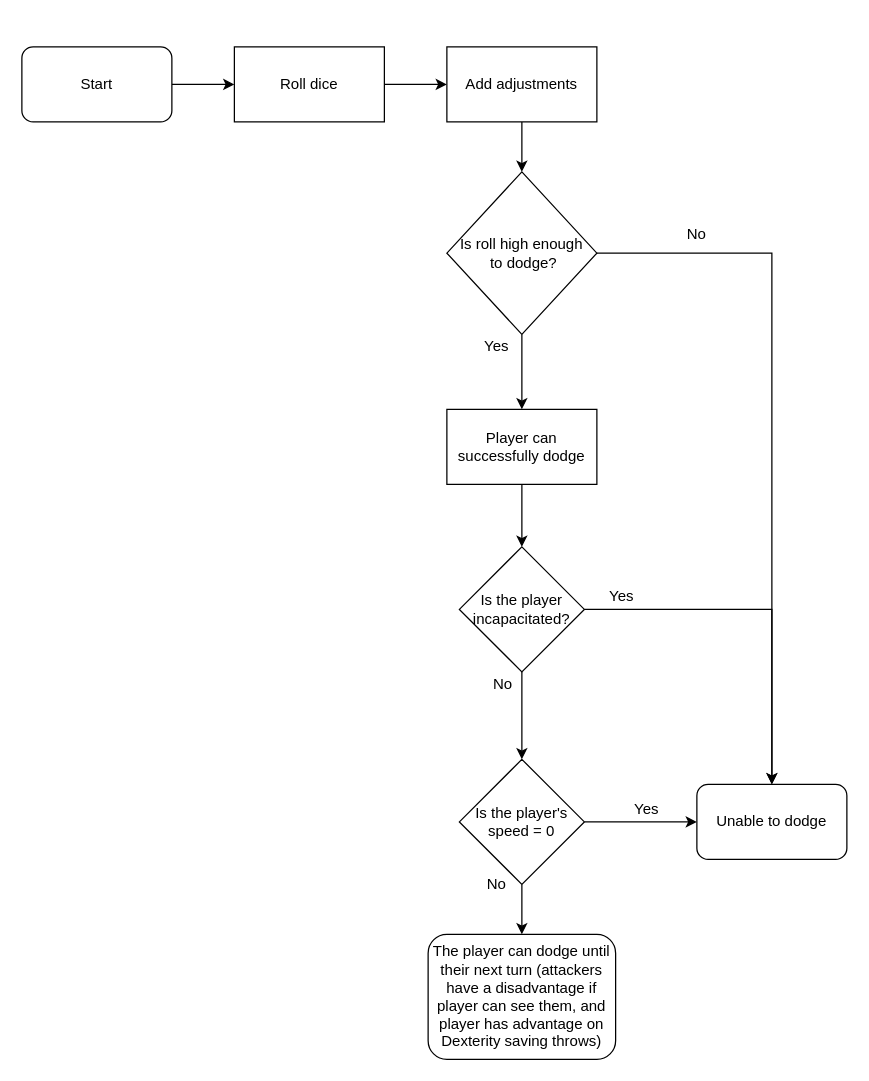
Above: Wireframes/5E Diagrams/project_ilmatar_phase2_flowchart_d20dodge_20210418.drawio in RPG-Research/bcirpg (draw.io), before the change. Source tidied: cells renumbered, new cells numbered last; positions are measured from the earlier drawing's top-left corner, leaving out a move shared by most shapes. Both pictures are drawn from the tidied source at 125%, with x=0, y=0 at pixel (21, 46).
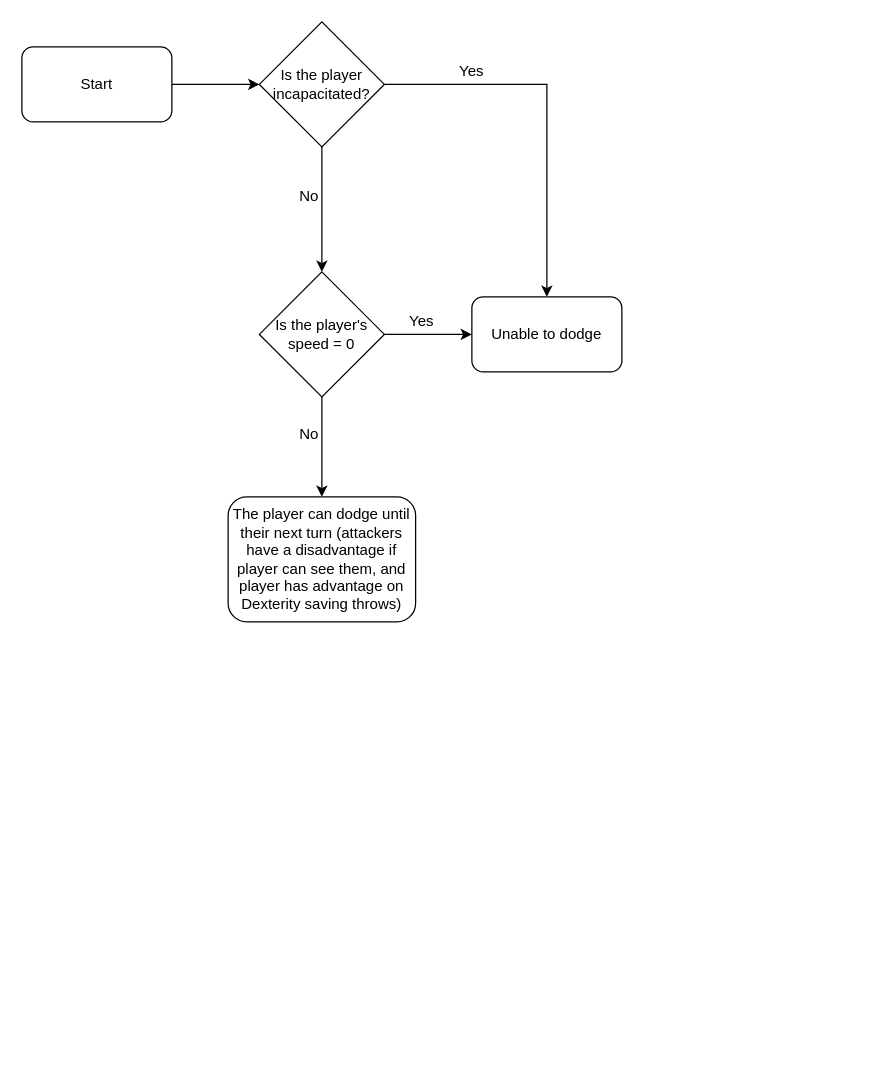
After the change.

The change refers to these unchanged cells:
```xml
<mxCell id="3" value="Start" style="rounded=1;whiteSpace=wrap;html=1;" parent="1" vertex="1">
  <mxGeometry width="120" height="60" as="geometry" />
</mxCell>
```

What changed in the source:
```diff
@@
-    <mxCell id="2" style="edgeStyle=orthogonalEdgeStyle;rounded=0;jettySize=auto;html=1;" parent="1" edge="1" source="3" target="5">
-      <mxGeometry relative="1" as="geometry" />
-    </mxCell>
+    <mxCell id="27" style="edgeStyle=orthogonalEdgeStyle;rounded=0;jettySize=auto;html=1;" parent="1" edge="1" source="3" target="15">
+      <mxGeometry relative="1" as="geometry" />
+    </mxCell>
@@
-    <mxCell id="4" style="edgeStyle=orthogonalEdgeStyle;rounded=0;jettySize=auto;html=1;" parent="1" edge="1" source="5" target="7">
-      <mxGeometry relative="1" as="geometry" />
-    </mxCell>
-    <mxCell id="5" value="Roll dice" style="rounded=0;whiteSpace=wrap;html=1;" parent="1" vertex="1">
-      <mxGeometry x="170" width="120" height="60" as="geometry" />
-    </mxCell>
-    <mxCell id="6" style="edgeStyle=orthogonalEdgeStyle;rounded=0;jettySize=auto;html=1;" parent="1" edge="1" source="7" target="10">
-      <mxGeometry relative="1" as="geometry" />
-    </mxCell>
-    <mxCell id="7" value="Add adjustments" style="rounded=0;whiteSpace=wrap;html=1;" parent="1" vertex="1">
-      <mxGeometry x="340" width="120" height="60" as="geometry" />
-    </mxCell>
-    <mxCell id="8" style="edgeStyle=orthogonalEdgeStyle;rounded=0;jettySize=auto;html=1;" parent="1" edge="1" source="10" target="12">
-      <mxGeometry relative="1" as="geometry" />
-    </mxCell>
-    <mxCell id="9" style="edgeStyle=orthogonalEdgeStyle;rounded=0;jettySize=auto;html=1;" parent="1" edge="1" source="10" target="20">
-      <mxGeometry relative="1" as="geometry" />
-    </mxCell>
-    <mxCell id="10" value="Is roll high enough&lt;br&gt;&amp;nbsp;to dodge?" style="rhombus;whiteSpace=wrap;html=1;" parent="1" vertex="1">
-      <mxGeometry x="340" y="100" width="120" height="130" as="geometry" />
-    </mxCell>
-    <mxCell id="11" style="edgeStyle=orthogonalEdgeStyle;rounded=0;jettySize=auto;html=1;" parent="1" edge="1" source="12" target="15">
-      <mxGeometry relative="1" as="geometry" />
-    </mxCell>
-    <mxCell id="12" value="Player can successfully dodge" style="rounded=0;whiteSpace=wrap;html=1;" parent="1" vertex="1">
-      <mxGeometry x="340" y="290" width="120" height="60" as="geometry" />
-    </mxCell>
@@
     <mxCell id="15" value="Is the player incapacitated?" style="rhombus;whiteSpace=wrap;html=1;" parent="1" vertex="1">
-      <mxGeometry x="350" y="400" width="100" height="100" as="geometry" />
+      <mxGeometry x="190" y="-20" width="100" height="100" as="geometry" />
     </mxCell>
@@
     <mxCell id="18" value="Is the player's speed = 0" style="rhombus;whiteSpace=wrap;html=1;" parent="1" vertex="1">
-      <mxGeometry x="350" y="570" width="100" height="100" as="geometry" />
+      <mxGeometry x="190" y="180" width="100" height="100" as="geometry" />
     </mxCell>
     <mxCell id="19" value="The player can dodge until their next turn (attackers have a disadvantage if player can see them, and player has advantage on Dexterity saving throws)" style="rounded=1;whiteSpace=wrap;html=1;" parent="1" vertex="1">
-      <mxGeometry x="325" y="710" width="150" height="100" as="geometry" />
+      <mxGeometry x="165" y="360" width="150" height="100" as="geometry" />
     </mxCell>
     <mxCell id="20" value="Unable to dodge" style="rounded=1;whiteSpace=wrap;html=1;" parent="1" vertex="1">
-      <mxGeometry x="540" y="590" width="120" height="60" as="geometry" />
+      <mxGeometry x="360" y="200" width="120" height="60" as="geometry" />
     </mxCell>
-    <mxCell id="21" value="No" style="text;html=1;strokeColor=none;fillColor=none;align=center;verticalAlign=middle;whiteSpace=wrap;rounded=0;" parent="1" vertex="1">
-      <mxGeometry x="520" y="140" width="40" height="20" as="geometry" />
-    </mxCell>
-    <mxCell id="22" value="Yes" style="text;html=1;strokeColor=none;fillColor=none;align=center;verticalAlign=middle;whiteSpace=wrap;rounded=0;" parent="1" vertex="1">
-      <mxGeometry x="360" y="230" width="40" height="20" as="geometry" />
-    </mxCell>
-    <mxCell id="23" value="Yes" style="text;html=1;strokeColor=none;fillColor=none;align=center;verticalAlign=middle;whiteSpace=wrap;rounded=0;" parent="1" vertex="1">
-      <mxGeometry x="460" y="430" width="40" height="20" as="geometry" />
-    </mxCell>
-    <mxCell id="24" value="Yes" style="text;html=1;strokeColor=none;fillColor=none;align=center;verticalAlign=middle;whiteSpace=wrap;rounded=0;" parent="1" vertex="1">
-      <mxGeometry x="480" y="600" width="40" height="20" as="geometry" />
-    </mxCell>
-    <mxCell id="25" value="No" style="text;html=1;strokeColor=none;fillColor=none;align=center;verticalAlign=middle;whiteSpace=wrap;rounded=0;" parent="1" vertex="1">
-      <mxGeometry x="360" y="660" width="40" height="20" as="geometry" />
-    </mxCell>
-    <mxCell id="26" value="No" style="text;html=1;strokeColor=none;fillColor=none;align=center;verticalAlign=middle;whiteSpace=wrap;rounded=0;" parent="1" vertex="1">
-      <mxGeometry x="365" y="500" width="40" height="20" as="geometry" />
-    </mxCell>
+    <mxCell id="28" value="Yes" style="text;html=1;strokeColor=none;fillColor=none;align=center;verticalAlign=middle;whiteSpace=wrap;rounded=0;" parent="1" vertex="1">
+      <mxGeometry x="340" y="10" width="40" height="20" as="geometry" />
+    </mxCell>
+    <mxCell id="29" value="No" style="text;html=1;strokeColor=none;fillColor=none;align=center;verticalAlign=middle;whiteSpace=wrap;rounded=0;" parent="1" vertex="1">
+      <mxGeometry x="210" y="110" width="40" height="20" as="geometry" />
+    </mxCell>
+    <mxCell id="30" value="Yes" style="text;html=1;strokeColor=none;fillColor=none;align=center;verticalAlign=middle;whiteSpace=wrap;rounded=0;" parent="1" vertex="1">
+      <mxGeometry x="300" y="210" width="40" height="20" as="geometry" />
+    </mxCell>
+    <mxCell id="31" value="No" style="text;html=1;strokeColor=none;fillColor=none;align=center;verticalAlign=middle;whiteSpace=wrap;rounded=0;" parent="1" vertex="1">
+      <mxGeometry x="210" y="300" width="40" height="20" as="geometry" />
+    </mxCell>
```
